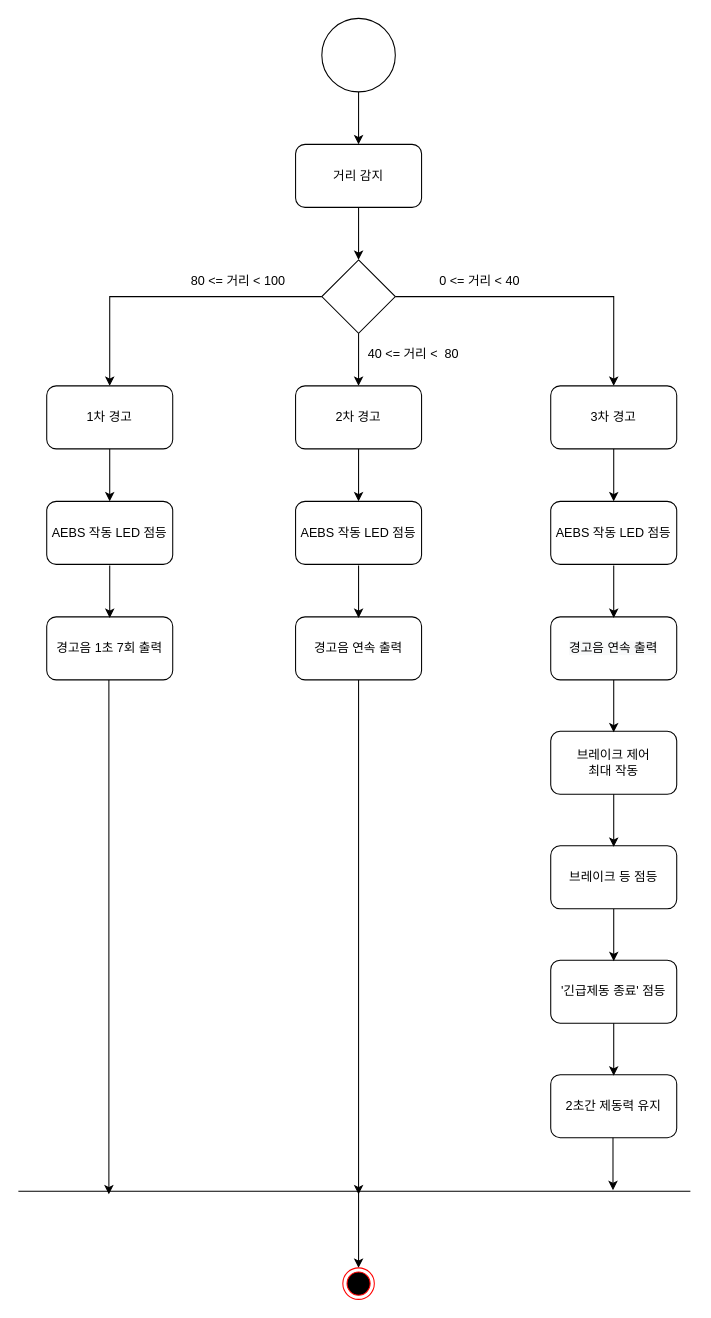
Before: control.drawio in ONFFLine/Diagram, a draw.io diagram. Source tidied: cells renumbered, new cells numbered last; positions are measured from the earlier drawing's top-left corner, leaving out a move shared by most shapes. Both pictures are drawn from the tidied source at 105%, with x=0, y=0 at pixel (18, 18).
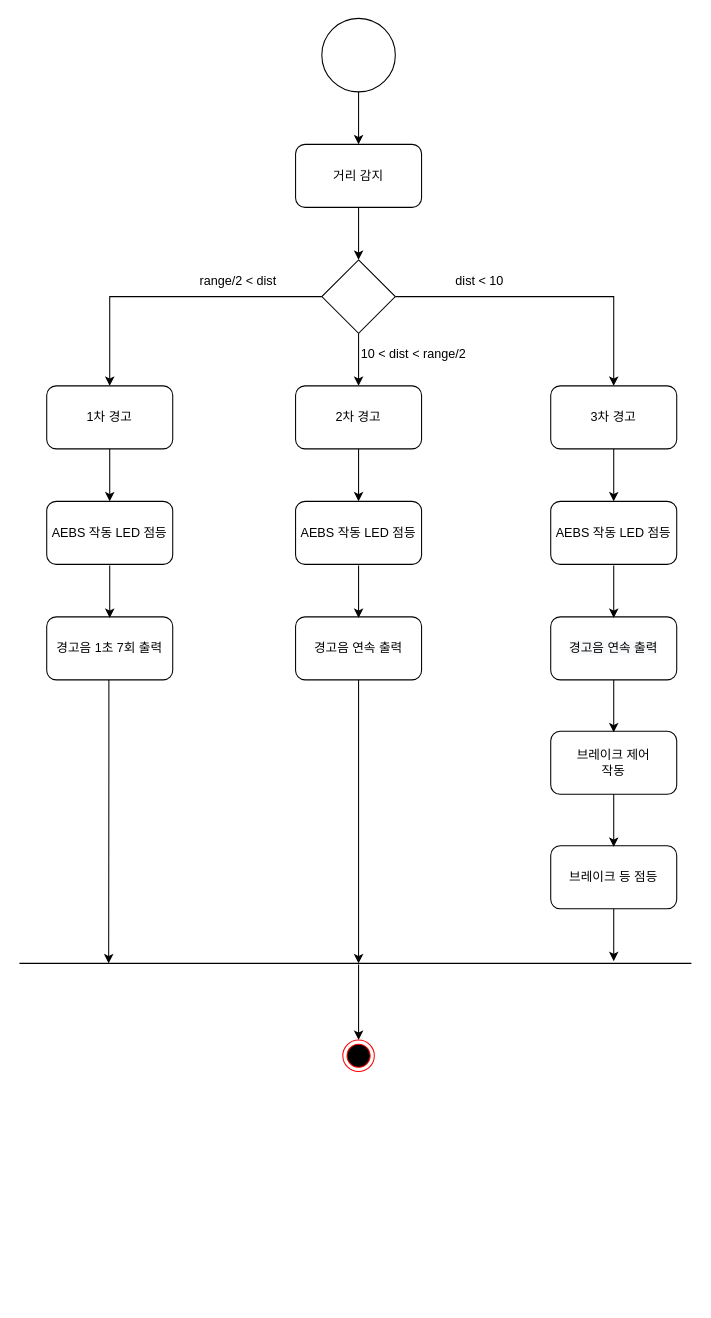
Above is the later version.

Unchanged cells that the change refers to:
```xml
<mxCell id="24" value="경고음 연속 출력" style="rounded=1;whiteSpace=wrap;html=1;" parent="1" vertex="1">
  <mxGeometry x="264" y="570" width="120" height="60" as="geometry" />
</mxCell>
```

Diff of the diagram source:
```diff
@@
-    <mxCell id="16" value="80 &amp;lt;= 거리 &amp;lt; 100" style="text;html=1;align=center;verticalAlign=middle;strokeColor=none;fillColor=none;" parent="1" vertex="1">
-      <mxGeometry x="154" y="240" width="110" height="20" as="geometry" />
+    <mxCell id="16" value="range/2 &amp;lt; dist" style="text;html=1;align=center;verticalAlign=middle;strokeColor=none;fillColor=none;" parent="1" vertex="1">
+      <mxGeometry x="164" y="240" width="90" height="20" as="geometry" />
     </mxCell>
-    <mxCell id="17" value="40 &amp;lt;= 거리 &amp;lt;&amp;nbsp; 80" style="text;html=1;align=center;verticalAlign=middle;strokeColor=none;fillColor=none;" parent="1" vertex="1">
-      <mxGeometry x="326" y="310" width="100" height="20" as="geometry" />
+    <mxCell id="17" value="10 &amp;lt; dist &amp;lt; range/2" style="text;html=1;align=center;verticalAlign=middle;strokeColor=none;fillColor=none;" parent="1" vertex="1">
+      <mxGeometry x="316" y="310" width="120" height="20" as="geometry" />
     </mxCell>
-    <mxCell id="18" value="0 &amp;lt;= 거리 &amp;lt; 40" style="text;html=1;align=center;verticalAlign=middle;strokeColor=none;fillColor=none;" parent="1" vertex="1">
-      <mxGeometry x="394" y="240" width="90" height="20" as="geometry" />
+    <mxCell id="18" value="dist &amp;lt; 10" style="text;html=1;align=center;verticalAlign=middle;strokeColor=none;fillColor=none;" parent="1" vertex="1">
+      <mxGeometry x="409" y="240" width="60" height="20" as="geometry" />
     </mxCell>
@@
     <mxCell id="23" style="edgeStyle=orthogonalEdgeStyle;rounded=0;jettySize=auto;html=1;exitX=0.5;exitY=1;exitDx=0;exitDy=0;" parent="1" edge="1" source="24">
       <mxGeometry relative="1" as="geometry">
-        <mxPoint x="324" y="1120" as="targetPoint" />
+        <mxPoint x="324" y="900" as="targetPoint" />
       </mxGeometry>
     </mxCell>
@@
-    <mxCell id="29" value="브레이크 제어&lt;br&gt;최대 작동" style="rounded=1;whiteSpace=wrap;html=1;" parent="1" vertex="1">
+    <mxCell id="29" value="브레이크 제어&lt;br&gt;작동" style="rounded=1;whiteSpace=wrap;html=1;" parent="1" vertex="1">
       <mxGeometry x="507" y="679" width="120" height="60" as="geometry" />
     </mxCell>
@@
-    <mxCell id="31" value="'긴급제동 종료' 점등" style="rounded=1;whiteSpace=wrap;html=1;" parent="1" vertex="1">
-      <mxGeometry x="507" y="897" width="120" height="60" as="geometry" />
-    </mxCell>
@@
-    <mxCell id="33" value="2초간 제동력 유지" style="rounded=1;whiteSpace=wrap;html=1;" parent="1" vertex="1">
-      <mxGeometry x="507" y="1006" width="120" height="60" as="geometry" />
-    </mxCell>
-    <mxCell id="34" style="edgeStyle=orthogonalEdgeStyle;rounded=0;orthogonalLoop=1;jettySize=auto;html=1;exitX=0.5;exitY=1;exitDx=0;exitDy=0;entryX=0.5;entryY=0;entryDx=0;entryDy=0;" parent="1" edge="1">
-      <mxGeometry relative="1" as="geometry">
-        <mxPoint x="567" y="957" as="sourcePoint" />
-        <mxPoint x="567" y="1007" as="targetPoint" />
-      </mxGeometry>
-    </mxCell>
@@
     <mxCell id="37" style="endArrow=none;html=1;rounded=0;" parent="1" edge="1">
       <mxGeometry relative="1" as="geometry">
-        <mxPoint y="1117" as="sourcePoint" />
-        <mxPoint x="640" y="1117" as="targetPoint" />
+        <mxPoint x="1" y="900" as="sourcePoint" />
+        <mxPoint x="641" y="900" as="targetPoint" />
       </mxGeometry>
     </mxCell>
-    <mxCell id="38" style="edgeStyle=orthogonalEdgeStyle;rounded=0;orthogonalLoop=1;jettySize=auto;html=1;exitX=0.5;exitY=1;exitDx=0;exitDy=0;entryX=0.5;entryY=0;entryDx=0;entryDy=0;" parent="1" edge="1">
-      <mxGeometry relative="1" as="geometry">
-        <mxPoint x="566.3" y="1066" as="sourcePoint" />
-        <mxPoint x="566.3" y="1116" as="targetPoint" />
-      </mxGeometry>
-    </mxCell>
     <mxCell id="39" style="edgeStyle=orthogonalEdgeStyle;rounded=0;orthogonalLoop=1;jettySize=auto;html=1;exitX=0.5;exitY=1;exitDx=0;exitDy=0;" parent="1" edge="1">
       <mxGeometry relative="1" as="geometry">
-        <mxPoint x="324" y="1118" as="sourcePoint" />
-        <mxPoint x="324" y="1190" as="targetPoint" />
+        <mxPoint x="324" y="901" as="sourcePoint" />
+        <mxPoint x="324" y="973" as="targetPoint" />
       </mxGeometry>
     </mxCell>
     <mxCell id="40" style="edgeStyle=orthogonalEdgeStyle;rounded=0;orthogonalLoop=1;jettySize=auto;html=1;exitX=0.5;exitY=1;exitDx=0;exitDy=0;" parent="1" edge="1">
       <mxGeometry relative="1" as="geometry">
         <mxPoint x="86.2" y="630" as="sourcePoint" />
-        <mxPoint x="86.2" y="1120" as="targetPoint" />
+        <mxPoint x="86" y="900" as="targetPoint" />
+        <Array as="points">
+          <mxPoint x="86" y="700" />
+          <mxPoint x="86" y="700" />
+        </Array>
       </mxGeometry>
     </mxCell>
     <mxCell id="41" style="ellipse;html=1;shape=endState;fillColor=#000000;strokeColor=#ff0000;" parent="1" vertex="1">
-      <mxGeometry x="309" y="1190" width="30" height="30" as="geometry" />
+      <mxGeometry x="309" y="973" width="30" height="30" as="geometry" />
     </mxCell>
```
